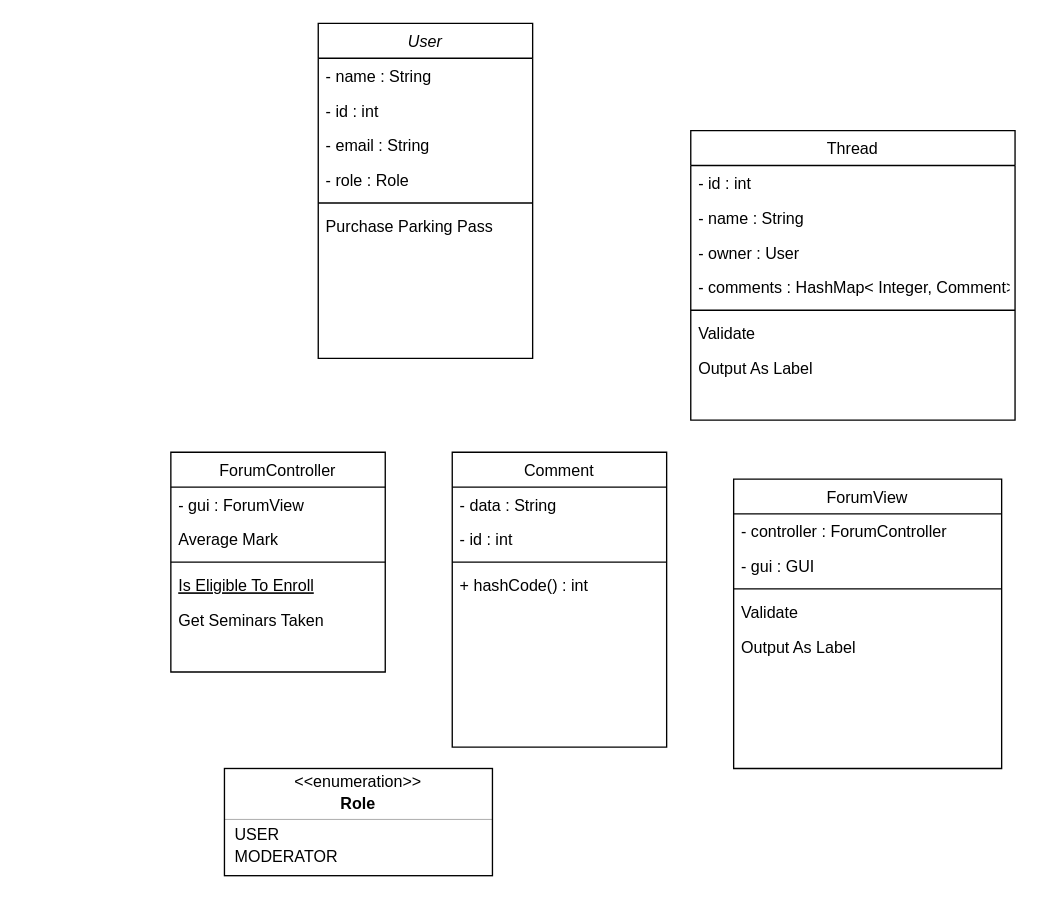
Earlier version of the draw.io diagram Forum.drawio (Viktorvallmark/lab17). Source tidied: cells renumbered, new cells numbered last; positions are measured from the earlier drawing's top-left corner, leaving out a move shared by most shapes. Both pictures are drawn from the tidied source at 134%, with x=0, y=0 at pixel (170, 23).
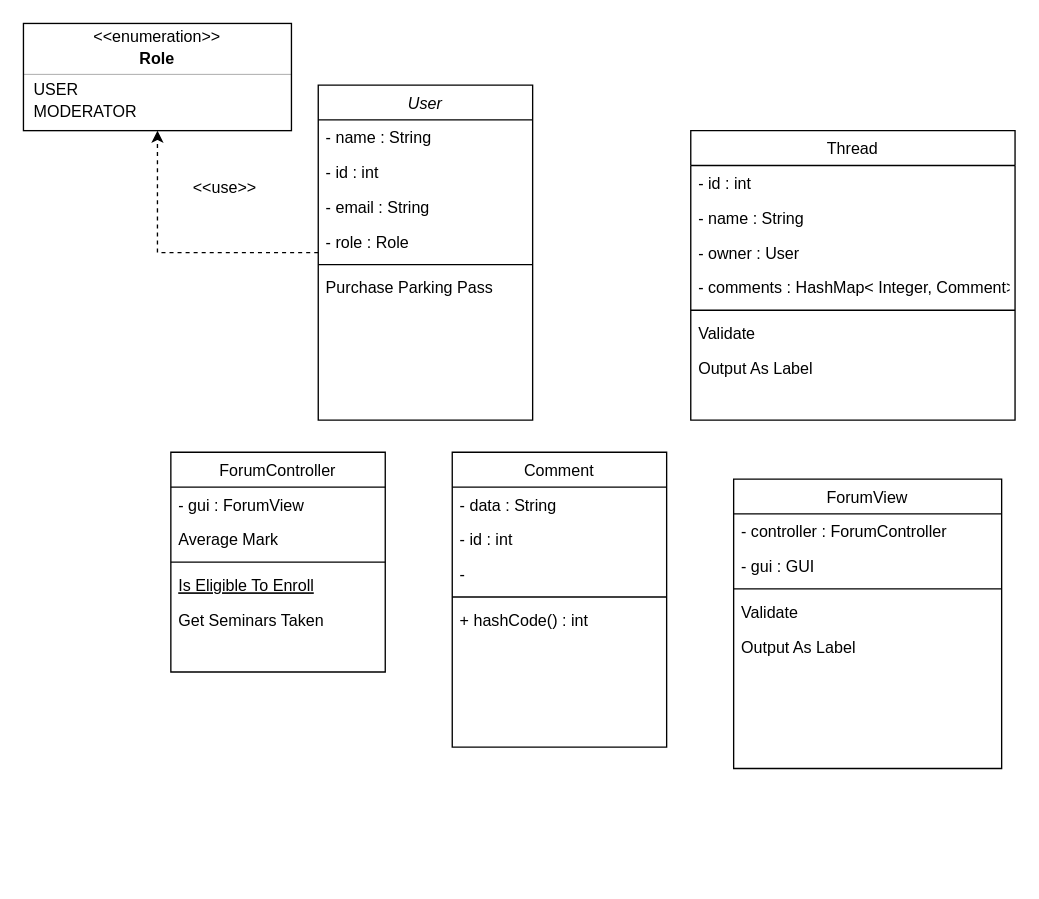
The same page after the edit.

Unchanged cells that the change refers to:
```xml
<mxCell id="15" value="Comment" style="swimlane;fontStyle=0;align=center;verticalAlign=top;horizontal=1;startSize=26;rounded=0;shadow=0;strokeWidth=1;" parent="1" vertex="1">
  <mxGeometry x="210" y="320" width="160" height="220" as="geometry" />
</mxCell>
<mxCell id="40" style="html=1;align=left;spacing=0;spacingLeft=8;verticalAlign=middle;strokeColor=none;fillColor=none;whiteSpace=wrap;" parent="34" vertex="1">
  <mxGeometry y="74" width="200" height="6" as="geometry" />
</mxCell>
```

The edit, as a diff of the source:
```diff
@@
+    <mxCell id="41" style="edgeStyle=orthogonalEdgeStyle;rounded=0;jettySize=auto;html=1;entryX=0.5;entryY=1;entryDx=0;entryDy=0;dashed=1;" parent="1" edge="1" source="2" target="40">
+      <mxGeometry relative="1" as="geometry" />
+    </mxCell>
     <mxCell id="2" value="User" style="swimlane;fontStyle=2;align=center;verticalAlign=top;horizontal=1;startSize=26;rounded=0;shadow=0;strokeWidth=1;" parent="1" vertex="1">
-      <mxGeometry x="110" width="160" height="250" as="geometry" />
+      <mxGeometry x="110" y="46" width="160" height="250" as="geometry" />
     </mxCell>
@@
+    <mxCell id="42" value="-" style="text;align=left;verticalAlign=top;spacingLeft=4;spacingRight=4;overflow=hidden;" parent="15" vertex="1">
+      <mxGeometry y="78" width="160" height="26" as="geometry" />
+    </mxCell>
     <mxCell id="18" style="line;html=1;strokeWidth=1;align=left;verticalAlign=middle;spacingTop=-1;spacingLeft=3;spacingRight=3;labelPosition=right;" parent="15" vertex="1">
-      <mxGeometry y="78" width="160" height="8" as="geometry" />
+      <mxGeometry y="104" width="160" height="8" as="geometry" />
     </mxCell>
     <mxCell id="19" value="+ hashCode() : int" style="text;align=left;verticalAlign=top;spacingLeft=4;spacingRight=4;overflow=hidden;" parent="15" vertex="1">
-      <mxGeometry y="86" width="160" height="26" as="geometry" />
+      <mxGeometry y="112" width="160" height="26" as="geometry" />
     </mxCell>
@@
     <mxCell id="34" style="fontStyle=1;align=center;verticalAlign=middle;horizontal=1;" parent="1" vertex="1">
-      <mxGeometry x="40" y="556" width="200" height="80" as="geometry" />
+      <mxGeometry x="-110" width="200" height="80" as="geometry" />
     </mxCell>
@@
+    <mxCell id="43" value="&amp;lt;&amp;lt;use&amp;gt;&amp;gt;" style="text;html=1;align=center;verticalAlign=middle;strokeColor=none;fillColor=none;" parent="1" vertex="1">
+      <mxGeometry x="5" y="108" width="70" height="30" as="geometry" />
+    </mxCell>
```
